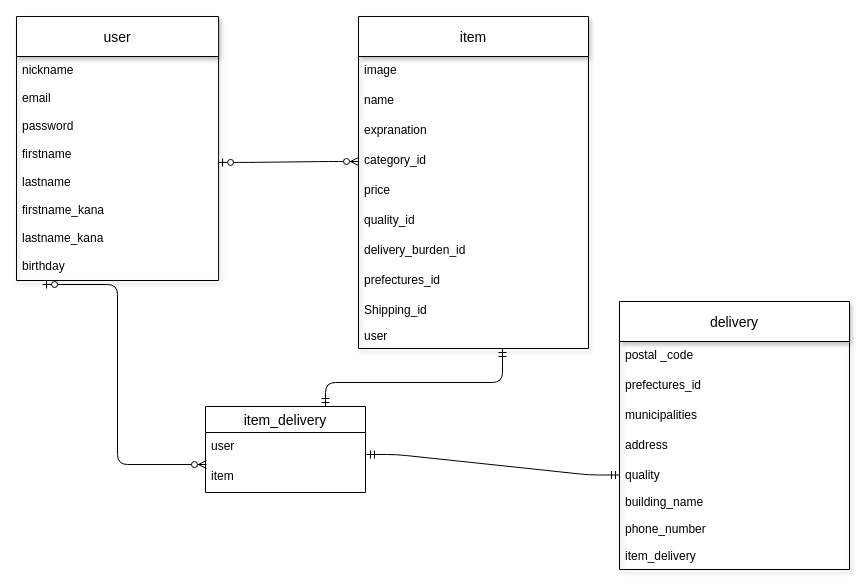
Above: page "ページ1" (1 of 2) of hurimaEr.dio in banana38ruy/furima-32992 (draw.io), before the change. Source tidied: cells renumbered, new cells numbered last; positions are measured from the earlier drawing's top-left corner, leaving out a move shared by most shapes. Both pictures are drawn from the tidied source at 100%, with x=0, y=0 at pixel (16, 16).
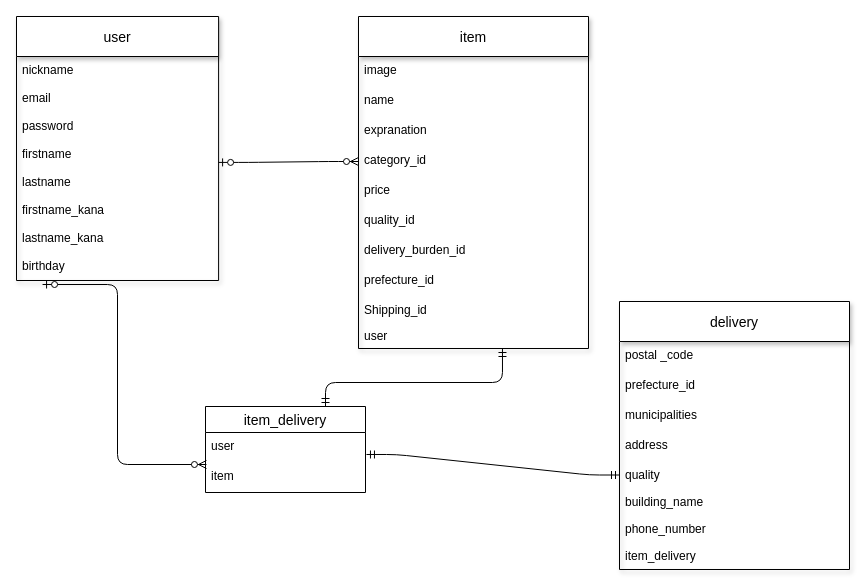
After the change.

Commit message (it also covers changes not shown here):
prefecture_idに統一

Unchanged cells that the change refers to:
```xml
<mxCell id="2" value="item" style="swimlane;fontStyle=0;horizontal=1;startSize=40;align=center;fontSize=14;shadow=1;verticalAlign=middle;" parent="1" vertex="1">
  <mxGeometry x="342" width="230" height="332" as="geometry" />
</mxCell>
<mxCell id="13" value="delivery" style="swimlane;fontStyle=0;horizontal=1;startSize=40;align=center;fontSize=14;shadow=1;verticalAlign=middle;" parent="1" vertex="1">
  <mxGeometry x="603" y="285" width="230" height="268" as="geometry" />
</mxCell>
```

Change to the diagram source:
```diff
@@
-    <mxCell id="10" value="prefectures_id " style="text;strokeColor=none;fillColor=none;spacingLeft=4;spacingRight=4;overflow=hidden;fontSize=12;" parent="2" vertex="1">
+    <mxCell id="10" value="prefecture_id " style="text;strokeColor=none;fillColor=none;spacingLeft=4;spacingRight=4;overflow=hidden;fontSize=12;" parent="2" vertex="1">
       <mxGeometry y="250" width="230" height="30" as="geometry" />
     </mxCell>
@@
-    <mxCell id="15" value="prefectures_id" style="text;strokeColor=none;fillColor=none;spacingLeft=4;spacingRight=4;overflow=hidden;fontSize=12;" parent="13" vertex="1">
-      <mxGeometry y="70" width="230" height="30" as="geometry" />
-    </mxCell>
+    <mxCell id="38" value="prefecture_id " style="text;strokeColor=none;fillColor=none;spacingLeft=4;spacingRight=4;overflow=hidden;fontSize=12;" parent="13" vertex="1">
+      <mxGeometry y="70" width="230" height="30" as="geometry" />
+    </mxCell>
```
